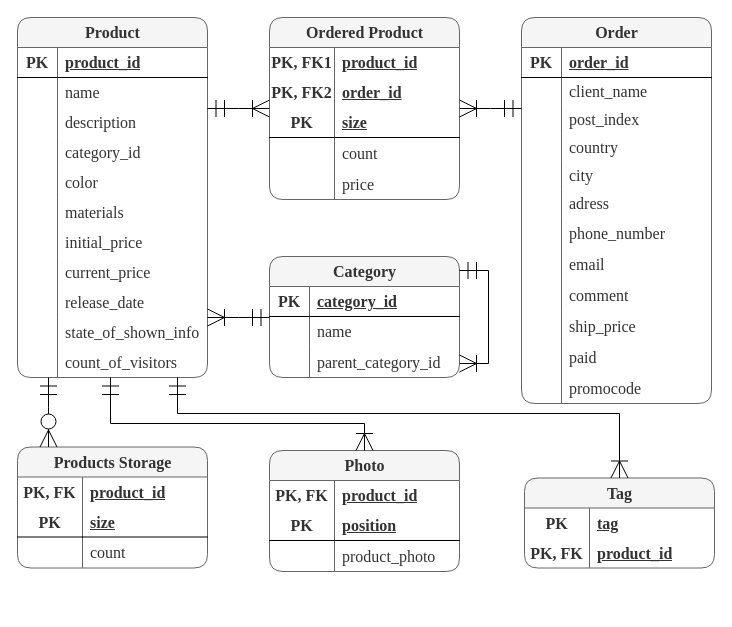
The draw.io diagram docs/ER-diagramm.drawio in sevolchenko/online-store, before the edit. Source tidied: cells renumbered, new cells numbered last; positions are measured from the earlier drawing's top-left corner, leaving out a move shared by most shapes. Both pictures are drawn from the tidied source at 100%, with x=0, y=0 at pixel (17, 17).
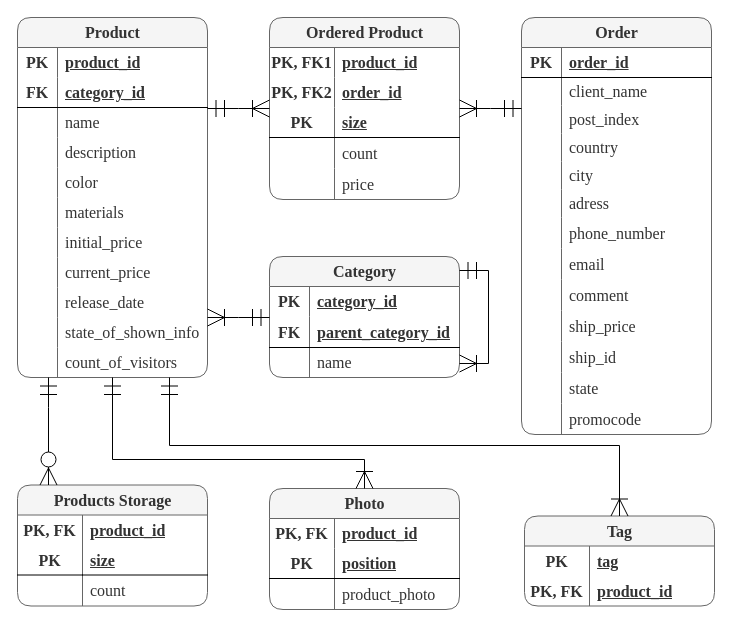
After the change.

The change refers to these unchanged cells:
```xml
<mxCell id="2" value="Product" style="shape=table;startSize=30;childLayout=tableLayout;rowLines=0;fontStyle=1;rounded=1;sketch=0;fontFamily=Times New Roman;fontSize=16;fontColor=#333333;fillColor=#f5f5f5;gradientColor=none;html=1;strokeColor=#666666;" parent="1" vertex="1">
  <mxGeometry width="190" height="360" as="geometry" />
</mxCell>
<mxCell id="33" style="shape=tableRow;horizontal=0;startSize=0;swimlaneHead=0;swimlaneBody=0;top=0;left=0;bottom=0;right=0;fillColor=none;points=[[0,0.5],[1,0.5]];portConstraint=eastwest;rounded=0;sketch=0;fontFamily=Times New Roman;fontSize=16;fontColor=#333333;html=1;" parent="2" vertex="1">
  <mxGeometry y="330" width="190" height="30" as="geometry" />
</mxCell>
<mxCell id="46" value="Category" style="shape=table;startSize=30;childLayout=tableLayout;rowLines=0;fontStyle=1;rounded=1;sketch=0;fontFamily=Times New Roman;fontSize=16;fontColor=#333333;fillColor=#f5f5f5;gradientColor=none;html=1;strokeColor=#666666;" parent="1" vertex="1">
  <mxGeometry x="252" y="239" width="190" height="121" as="geometry" />
</mxCell>
```

Change to the diagram source:
```diff
@@
-    <mxCell id="3" style="shape=tableRow;horizontal=0;startSize=0;swimlaneHead=0;swimlaneBody=0;top=0;left=0;bottom=1;right=0;fillColor=none;rounded=0;sketch=0;fontFamily=Times New Roman;fontSize=16;fontColor=#333333;html=1;fontStyle=1;" parent="2" vertex="1">
+    <mxCell id="3" style="shape=tableRow;horizontal=0;startSize=0;swimlaneHead=0;swimlaneBody=0;top=0;left=0;bottom=0;right=0;fillColor=none;rounded=0;sketch=0;fontFamily=Times New Roman;fontSize=16;fontColor=#333333;html=1;fontStyle=1;" parent="2" vertex="1">
       <mxGeometry y="30" width="190" height="30" as="geometry" />
     </mxCell>
@@
+    <mxCell id="12" style="shape=tableRow;horizontal=0;startSize=0;swimlaneHead=0;swimlaneBody=0;top=0;left=0;bottom=1;right=0;fillColor=none;rounded=0;sketch=0;fontFamily=Times New Roman;fontSize=16;fontColor=#333333;html=1;fontStyle=5;" parent="2" vertex="1">
+      <mxGeometry y="60" width="190" height="30" as="geometry" />
+    </mxCell>
+    <mxCell id="13" value="&lt;b&gt;FK&lt;/b&gt;" style="shape=partialRectangle;html=1;whiteSpace=wrap;fillColor=none;top=0;left=0;bottom=0;right=0;overflow=hidden;rounded=0;sketch=0;fontFamily=Times New Roman;fontSize=16;fontColor=#333333;startSize=30;" parent="12" vertex="1">
+      <mxGeometry width="40" height="30" as="geometry" />
+    </mxCell>
+    <mxCell id="14" value="category_id" style="shape=partialRectangle;html=1;whiteSpace=wrap;fillColor=none;top=0;left=0;bottom=0;right=0;align=left;spacingLeft=6;overflow=hidden;rounded=0;sketch=0;fontFamily=Times New Roman;fontSize=16;fontColor=#333333;startSize=30;fontStyle=5;" parent="12" vertex="1">
+      <mxGeometry x="40" width="150" height="30" as="geometry" />
+    </mxCell>
     <mxCell id="6" style="shape=tableRow;horizontal=0;startSize=0;swimlaneHead=0;swimlaneBody=0;top=0;left=0;bottom=0;right=0;fillColor=none;rounded=0;sketch=0;fontFamily=Times New Roman;fontSize=16;fontColor=#333333;html=1;" parent="2" vertex="1">
-      <mxGeometry y="60" width="190" height="30" as="geometry" />
+      <mxGeometry y="90" width="190" height="30" as="geometry" />
     </mxCell>
@@
     <mxCell id="9" style="shape=tableRow;horizontal=0;startSize=0;swimlaneHead=0;swimlaneBody=0;top=0;left=0;bottom=0;right=0;fillColor=none;rounded=0;sketch=0;fontFamily=Times New Roman;fontSize=16;fontColor=#333333;html=1;" parent="2" vertex="1">
-      <mxGeometry y="90" width="190" height="30" as="geometry" />
+      <mxGeometry y="120" width="190" height="30" as="geometry" />
     </mxCell>
@@
-    <mxCell id="12" style="shape=tableRow;horizontal=0;startSize=0;swimlaneHead=0;swimlaneBody=0;top=0;left=0;bottom=0;right=0;fillColor=none;rounded=0;sketch=0;fontFamily=Times New Roman;fontSize=16;fontColor=#333333;html=1;" parent="2" vertex="1">
-      <mxGeometry y="120" width="190" height="30" as="geometry" />
-    </mxCell>
-    <mxCell id="13" style="shape=partialRectangle;html=1;whiteSpace=wrap;fillColor=none;top=0;left=0;bottom=0;right=0;overflow=hidden;rounded=0;sketch=0;fontFamily=Times New Roman;fontSize=16;fontColor=#333333;startSize=30;" parent="12" vertex="1">
-      <mxGeometry width="40" height="30" as="geometry" />
-    </mxCell>
-    <mxCell id="14" value="category_id" style="shape=partialRectangle;html=1;whiteSpace=wrap;fillColor=none;top=0;left=0;bottom=0;right=0;align=left;spacingLeft=6;overflow=hidden;rounded=0;sketch=0;fontFamily=Times New Roman;fontSize=16;fontColor=#333333;startSize=30;" parent="12" vertex="1">
-      <mxGeometry x="40" width="150" height="30" as="geometry" />
-    </mxCell>
@@
     <mxCell id="36" value="Photo" style="shape=table;startSize=30;childLayout=tableLayout;rowLines=0;fontStyle=1;rounded=1;sketch=0;fontFamily=Times New Roman;fontSize=16;fontColor=#333333;fillColor=#f5f5f5;gradientColor=none;html=1;strokeColor=#666666;" parent="1" vertex="1">
-      <mxGeometry x="252" y="433" width="190" height="121" as="geometry" />
+      <mxGeometry x="252" y="471" width="190" height="121" as="geometry" />
     </mxCell>
@@
-    <mxCell id="47" style="shape=tableRow;horizontal=0;startSize=0;swimlaneHead=0;swimlaneBody=0;top=0;left=0;bottom=1;right=0;fillColor=none;rounded=0;sketch=0;fontFamily=Times New Roman;fontSize=16;fontColor=#333333;html=1;" parent="46" vertex="1">
+    <mxCell id="47" style="shape=tableRow;horizontal=0;startSize=0;swimlaneHead=0;swimlaneBody=0;top=0;left=0;bottom=0;right=0;fillColor=none;rounded=0;sketch=0;fontFamily=Times New Roman;fontSize=16;fontColor=#333333;html=1;" parent="46" vertex="1">
       <mxGeometry y="30" width="190" height="30" as="geometry" />
     </mxCell>
@@
+    <mxCell id="53" style="shape=tableRow;horizontal=0;startSize=0;swimlaneHead=0;swimlaneBody=0;top=0;left=0;bottom=1;right=0;fillColor=none;rounded=0;sketch=0;fontFamily=Times New Roman;fontSize=16;fontColor=#333333;html=1;" parent="46" vertex="1">
+      <mxGeometry y="60" width="190" height="31" as="geometry" />
+    </mxCell>
+    <mxCell id="54" value="&lt;b&gt;FK&lt;/b&gt;" style="shape=partialRectangle;html=1;whiteSpace=wrap;fillColor=none;top=0;left=0;bottom=0;right=0;overflow=hidden;rounded=0;sketch=0;fontFamily=Times New Roman;fontSize=16;fontColor=#333333;startSize=30;" parent="53" vertex="1">
+      <mxGeometry width="40" height="31" as="geometry" />
+    </mxCell>
+    <mxCell id="55" value="&lt;u&gt;parent_category_id&lt;/u&gt;" style="shape=partialRectangle;html=1;whiteSpace=wrap;fillColor=none;top=0;left=0;bottom=0;right=0;align=left;spacingLeft=6;overflow=hidden;rounded=0;sketch=0;fontFamily=Times New Roman;fontSize=16;fontColor=#333333;startSize=30;fontStyle=1;" parent="53" vertex="1">
+      <mxGeometry x="40" width="150" height="31" as="geometry" />
+    </mxCell>
     <mxCell id="50" style="shape=tableRow;horizontal=0;startSize=0;swimlaneHead=0;swimlaneBody=0;top=0;left=0;bottom=0;right=0;fillColor=none;rounded=0;sketch=0;fontFamily=Times New Roman;fontSize=16;fontColor=#333333;html=1;" parent="46" vertex="1">
-      <mxGeometry y="60" width="190" height="30" as="geometry" />
+      <mxGeometry y="91" width="190" height="30" as="geometry" />
     </mxCell>
@@
-    <mxCell id="53" style="shape=tableRow;horizontal=0;startSize=0;swimlaneHead=0;swimlaneBody=0;top=0;left=0;bottom=0;right=0;fillColor=none;rounded=0;sketch=0;fontFamily=Times New Roman;fontSize=16;fontColor=#333333;html=1;" parent="46" vertex="1">
-      <mxGeometry y="90" width="190" height="31" as="geometry" />
-    </mxCell>
-    <mxCell id="54" style="shape=partialRectangle;html=1;whiteSpace=wrap;fillColor=none;top=0;left=0;bottom=0;right=0;overflow=hidden;rounded=0;sketch=0;fontFamily=Times New Roman;fontSize=16;fontColor=#333333;startSize=30;" parent="53" vertex="1">
-      <mxGeometry width="40" height="31" as="geometry" />
-    </mxCell>
-    <mxCell id="55" value="parent_category_id" style="shape=partialRectangle;html=1;whiteSpace=wrap;fillColor=none;top=0;left=0;bottom=0;right=0;align=left;spacingLeft=6;overflow=hidden;rounded=0;sketch=0;fontFamily=Times New Roman;fontSize=16;fontColor=#333333;startSize=30;" parent="53" vertex="1">
-      <mxGeometry x="40" width="150" height="31" as="geometry" />
-    </mxCell>
     <mxCell id="56" value="Products Storage" style="shape=table;startSize=30;childLayout=tableLayout;rowLines=0;fontStyle=1;rounded=1;sketch=0;fontFamily=Times New Roman;fontSize=16;fontColor=#333333;fillColor=#f5f5f5;gradientColor=none;html=1;strokeColor=#666666;" parent="1" vertex="1">
-      <mxGeometry y="429.5" width="190" height="121" as="geometry" />
+      <mxGeometry y="467.5" width="190" height="121" as="geometry" />
     </mxCell>
@@
     <mxCell id="66" value="Order" style="shape=table;startSize=30;childLayout=tableLayout;rowLines=0;fontStyle=1;rounded=1;sketch=0;fontFamily=Times New Roman;fontSize=16;fontColor=#333333;fillColor=#f5f5f5;gradientColor=none;html=1;strokeColor=#666666;" parent="1" vertex="1">
-      <mxGeometry x="504" width="190" height="386" as="geometry" />
+      <mxGeometry x="504" width="190" height="417" as="geometry" />
     </mxCell>
@@
+    <mxCell id="133" style="shape=tableRow;horizontal=0;startSize=0;swimlaneHead=0;swimlaneBody=0;top=0;left=0;bottom=0;right=0;fillColor=none;rounded=0;sketch=0;fontFamily=Times New Roman;fontSize=16;fontColor=#333333;html=1;" parent="66" vertex="1">
+      <mxGeometry y="324" width="190" height="31" as="geometry" />
+    </mxCell>
+    <mxCell id="134" style="shape=partialRectangle;html=1;whiteSpace=wrap;fillColor=none;top=0;left=0;bottom=0;right=0;overflow=hidden;rounded=0;sketch=0;fontFamily=Times New Roman;fontSize=16;fontColor=#333333;startSize=30;" parent="133" vertex="1">
+      <mxGeometry width="40" height="31" as="geometry" />
+    </mxCell>
+    <mxCell id="135" value="ship_id" style="shape=partialRectangle;html=1;whiteSpace=wrap;fillColor=none;top=0;left=0;bottom=0;right=0;align=left;spacingLeft=6;overflow=hidden;rounded=0;sketch=0;fontFamily=Times New Roman;fontSize=16;fontColor=#333333;startSize=30;" parent="133" vertex="1">
+      <mxGeometry x="40" width="150" height="31" as="geometry" />
+    </mxCell>
     <mxCell id="97" style="shape=tableRow;horizontal=0;startSize=0;swimlaneHead=0;swimlaneBody=0;top=0;left=0;bottom=0;right=0;fillColor=none;rounded=0;sketch=0;fontFamily=Times New Roman;fontSize=16;fontColor=#333333;html=1;" parent="66" vertex="1">
-      <mxGeometry y="324" width="190" height="31" as="geometry" />
+      <mxGeometry y="355" width="190" height="31" as="geometry" />
     </mxCell>
@@
-    <mxCell id="99" value="paid" style="shape=partialRectangle;html=1;whiteSpace=wrap;fillColor=none;top=0;left=0;bottom=0;right=0;align=left;spacingLeft=6;overflow=hidden;rounded=0;sketch=0;fontFamily=Times New Roman;fontSize=16;fontColor=#333333;startSize=30;" parent="97" vertex="1">
+    <mxCell id="99" value="state" style="shape=partialRectangle;html=1;whiteSpace=wrap;fillColor=none;top=0;left=0;bottom=0;right=0;align=left;spacingLeft=6;overflow=hidden;rounded=0;sketch=0;fontFamily=Times New Roman;fontSize=16;fontColor=#333333;startSize=30;" parent="97" vertex="1">
       <mxGeometry x="40" width="150" height="31" as="geometry" />
     </mxCell>
     <mxCell id="100" style="shape=tableRow;horizontal=0;startSize=0;swimlaneHead=0;swimlaneBody=0;top=0;left=0;bottom=0;right=0;fillColor=none;rounded=0;sketch=0;fontFamily=Times New Roman;fontSize=16;fontColor=#333333;html=1;" parent="66" vertex="1">
-      <mxGeometry y="355" width="190" height="31" as="geometry" />
+      <mxGeometry y="386" width="190" height="31" as="geometry" />
     </mxCell>
@@
     <mxCell id="119" value="Tag" style="shape=table;startSize=30;childLayout=tableLayout;rowLines=0;fontStyle=1;rounded=1;sketch=0;fontFamily=Times New Roman;fontSize=16;fontColor=#333333;fillColor=#f5f5f5;gradientColor=none;html=1;strokeColor=#666666;" parent="1" vertex="1">
-      <mxGeometry x="507" y="460.5" width="190" height="90" as="geometry" />
+      <mxGeometry x="507" y="498.5" width="190" height="90" as="geometry" />
     </mxCell>
@@
-    <mxCell id="127" style="edgeStyle=elbowEdgeStyle;fontSize=12;html=1;endArrow=ERoneToMany;startArrow=ERmandOne;rounded=0;fontFamily=Times New Roman;fontColor=#333333;startSize=15;strokeWidth=1;endSize=15;elbow=vertical;" parent="1" edge="1" source="2" target="119">
+    <mxCell id="127" style="edgeStyle=elbowEdgeStyle;fontSize=12;html=1;endArrow=ERoneToMany;startArrow=ERmandOne;rounded=0;fontFamily=Times New Roman;fontColor=#333333;startSize=15;strokeWidth=1;endSize=15;elbow=vertical;exitX=0.8;exitY=1;exitDx=0;exitDy=0;exitPerimeter=0;" parent="1" edge="1" source="33" target="119">
       <mxGeometry relative="1" as="geometry">
         <Array as="points">
+          <mxPoint x="463" y="428" />
+          <mxPoint x="350" y="420" />
           <mxPoint x="160" y="396" />
           <mxPoint x="671" y="396" />
           <mxPoint x="136" y="385" />
           <mxPoint x="341" y="395" />
         </Array>
       </mxGeometry>
     </mxCell>
     <mxCell id="128" style="edgeStyle=elbowEdgeStyle;fontSize=12;html=1;endArrow=ERoneToMany;startArrow=ERmandOne;rounded=0;fontFamily=Times New Roman;fontColor=#333333;startSize=15;strokeWidth=1;endSize=15;elbow=vertical;" parent="1" edge="1" source="2" target="36">
       <mxGeometry relative="1" as="geometry">
         <Array as="points">
-          <mxPoint x="93" y="406" />
+          <mxPoint x="198" y="442" />
+          <mxPoint x="223" y="438" />
           <mxPoint x="681" y="406" />
           <mxPoint x="146" y="395" />
           <mxPoint x="351" y="405" />
         </Array>
       </mxGeometry>
     </mxCell>
```
